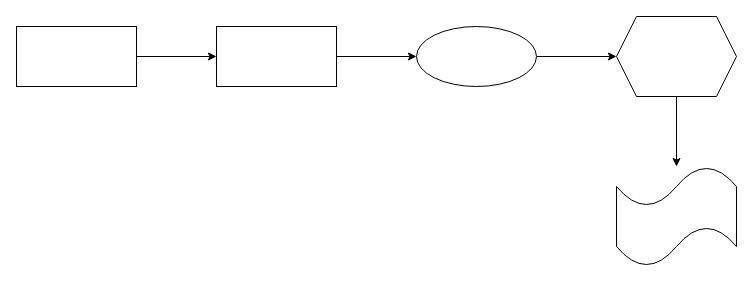
Earlier version of the draw.io diagram Untitled Diagram.drawio (hxzhouh/drawio). Source tidied: cells renumbered, new cells numbered last; positions are measured from the earlier drawing's top-left corner, leaving out a move shared by most shapes. Both pictures are drawn from the tidied source at 100%, with x=0, y=0 at pixel (16, 16).
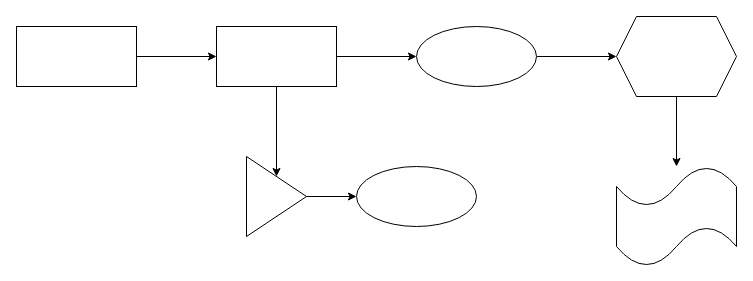
Above is the later version.

Change to the diagram source:
```diff
@@
 <mxGraphModel>
   <root>
     <mxCell id="0" />
     <mxCell id="1" parent="0" />
     <mxCell id="2" style="edgeStyle=orthogonalEdgeStyle;rounded=0;jettySize=auto;html=1;" parent="1" edge="1" source="3" target="5">
       <mxGeometry relative="1" as="geometry" />
     </mxCell>
     <mxCell id="3" style="rounded=0;whiteSpace=wrap;html=1;" parent="1" vertex="1">
       <mxGeometry y="10" width="120" height="60" as="geometry" />
     </mxCell>
     <mxCell id="4" style="edgeStyle=orthogonalEdgeStyle;rounded=0;jettySize=auto;html=1;" parent="1" edge="1" source="5" target="7">
       <mxGeometry relative="1" as="geometry" />
     </mxCell>
+    <mxCell id="11" style="edgeStyle=orthogonalEdgeStyle;rounded=0;jettySize=auto;html=1;" parent="1" edge="1" source="5" target="13">
+      <mxGeometry relative="1" as="geometry" />
+    </mxCell>
     <mxCell id="5" style="rounded=0;whiteSpace=wrap;html=1;" parent="1" vertex="1">
       <mxGeometry x="200" y="10" width="120" height="60" as="geometry" />
     </mxCell>
     <mxCell id="6" style="edgeStyle=orthogonalEdgeStyle;rounded=0;jettySize=auto;html=1;" parent="1" edge="1" source="7" target="9">
       <mxGeometry relative="1" as="geometry" />
     </mxCell>
     <mxCell id="7" style="ellipse;whiteSpace=wrap;html=1;rounded=0;" parent="1" vertex="1">
       <mxGeometry x="400" y="10" width="120" height="60" as="geometry" />
     </mxCell>
     <mxCell id="8" style="edgeStyle=orthogonalEdgeStyle;rounded=0;jettySize=auto;html=1;" parent="1" edge="1" source="9" target="10">
       <mxGeometry relative="1" as="geometry" />
     </mxCell>
     <mxCell id="9" style="shape=hexagon;perimeter=hexagonPerimeter2;whiteSpace=wrap;html=1;fixedSize=1;rounded=0;" parent="1" vertex="1">
       <mxGeometry x="600" width="120" height="80" as="geometry" />
     </mxCell>
     <mxCell id="10" style="shape=tape;whiteSpace=wrap;html=1;rounded=0;" parent="1" vertex="1">
       <mxGeometry x="600" y="150" width="120" height="100" as="geometry" />
     </mxCell>
+    <mxCell id="12" style="edgeStyle=orthogonalEdgeStyle;rounded=0;jettySize=auto;html=1;" parent="1" edge="1" source="13" target="14">
+      <mxGeometry relative="1" as="geometry" />
+    </mxCell>
+    <mxCell id="13" style="triangle;whiteSpace=wrap;html=1;rounded=0;" parent="1" vertex="1">
+      <mxGeometry x="230" y="140" width="60" height="80" as="geometry" />
+    </mxCell>
+    <mxCell id="14" style="ellipse;whiteSpace=wrap;html=1;rounded=0;" parent="1" vertex="1">
+      <mxGeometry x="340" y="150" width="120" height="60" as="geometry" />
+    </mxCell>
   </root>
 </mxGraphModel>
```
